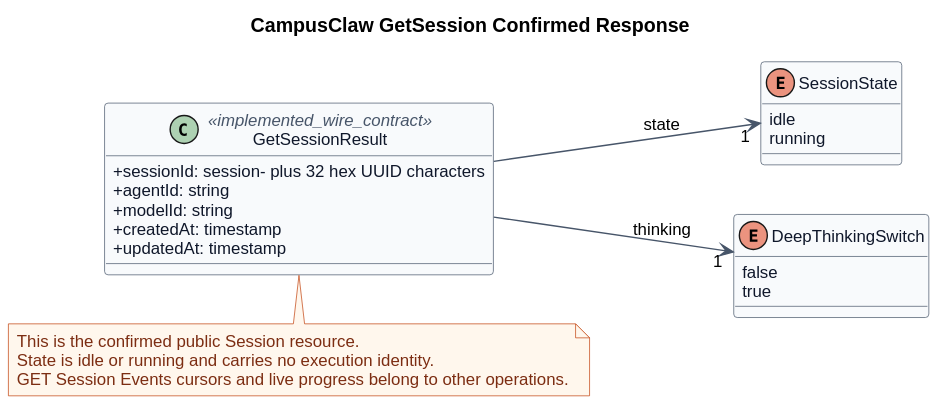
The PlantUML diagram pi-mono-java-manager-driven-multi-agent-runtime/diagrams/session-lifecycle/http_get_session_response.svg in ssm0808/pi-mono-java-design, before a commit.
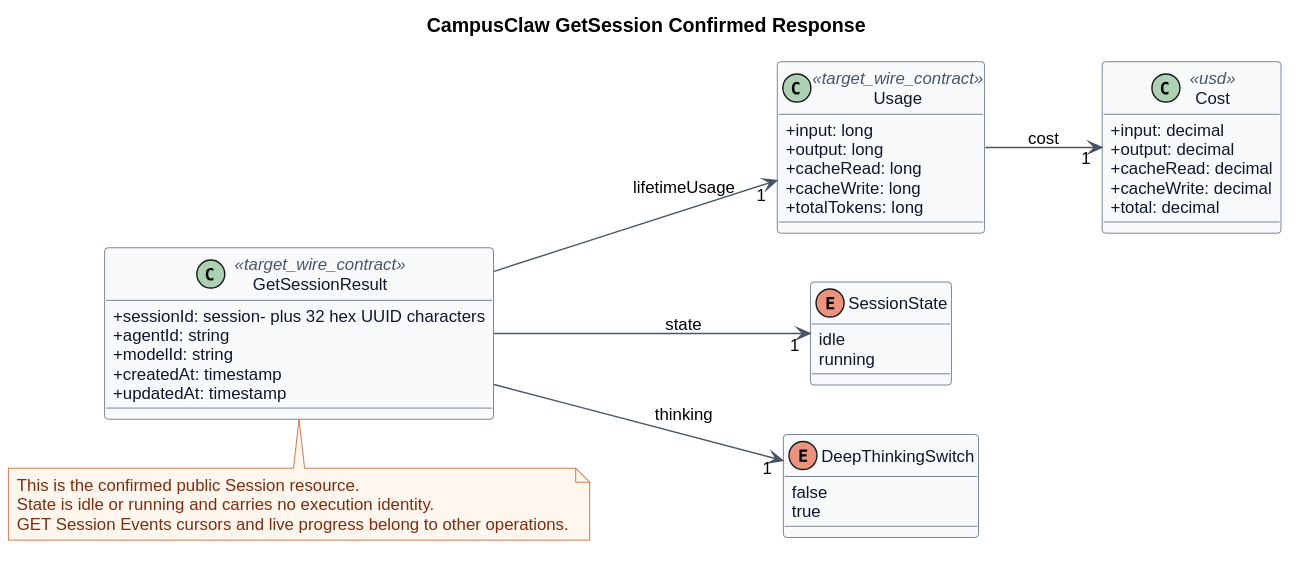
After the change.

Diff of the diagram source:
```diff
@@ -23,12 +23,28 @@
 }
 skinparam ArrowColor #475569
 
-class GetSessionResult <<implemented_wire_contract>> {
+class GetSessionResult <<target_wire_contract>> {
   +sessionId: session- plus 32 hex UUID characters
   +agentId: string
   +modelId: string
   +createdAt: timestamp
   +updatedAt: timestamp
+}
+
+class Usage <<target_wire_contract>> {
+  +input: long
+  +output: long
+  +cacheRead: long
+  +cacheWrite: long
+  +totalTokens: long
+}
+
+class Cost <<usd>> {
+  +input: decimal
+  +output: decimal
+  +cacheRead: decimal
+  +cacheWrite: decimal
+  +total: decimal
 }
 
 enum SessionState {
@@ -43,6 +59,8 @@
 
 GetSessionResult --> "1" SessionState : state
 GetSessionResult --> "1" DeepThinkingSwitch : thinking
+GetSessionResult --> "1" Usage : lifetimeUsage
+Usage --> "1" Cost : cost
 
 note bottom of GetSessionResult
 This is the confirmed public Session resource.
```
